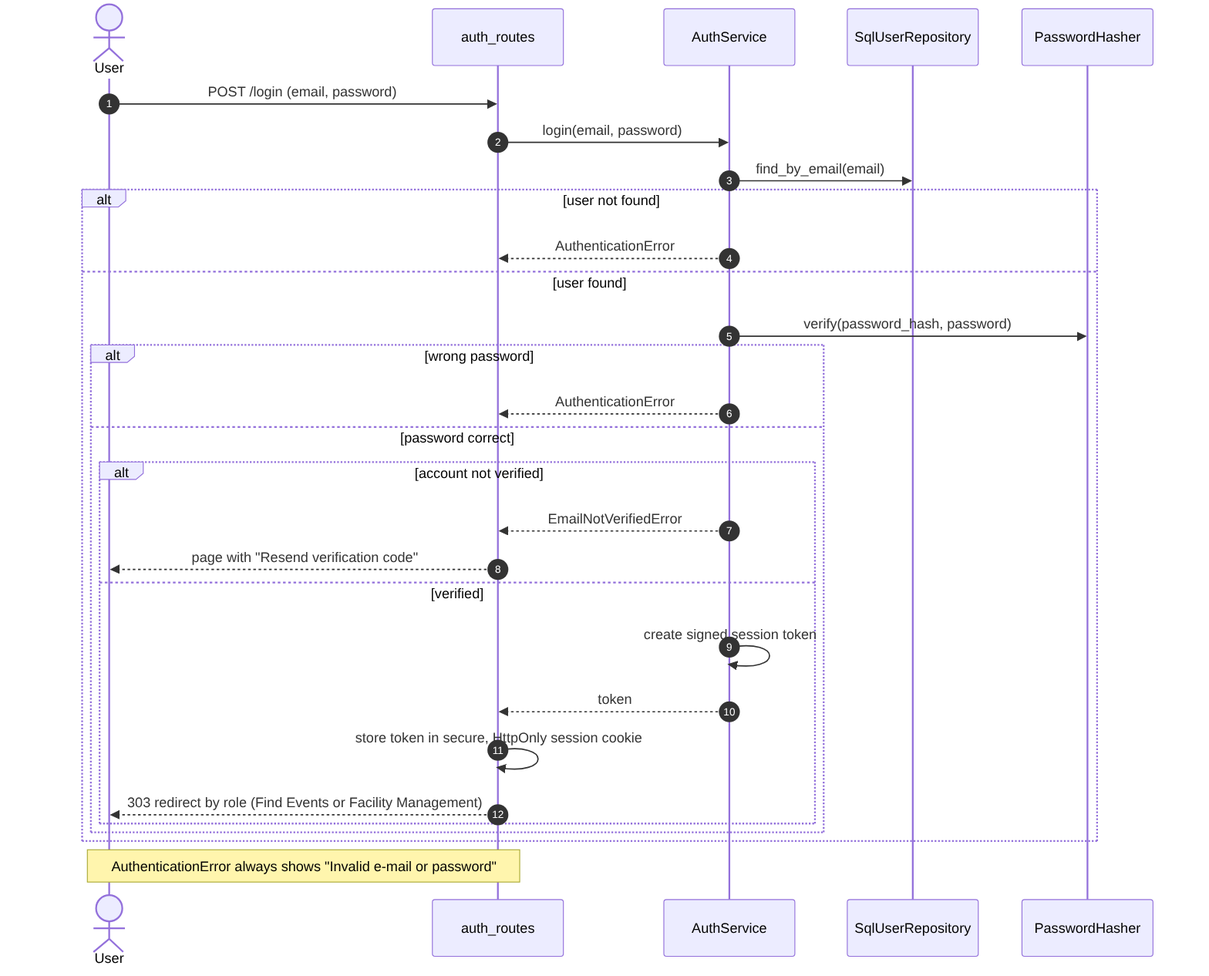
Before: docs/design/sequence/uc02_login.png, a diagram exported from Mermaid (emir-heval-arda-harun/CMPE-331-project). Its source is kept beside it as docs/design/sequence/uc02_login.mmd. Source of this version:
```mermaid
sequenceDiagram
    autonumber
    actor S as User
    participant R as auth_routes
    participant A as AuthService
    participant U as SqlUserRepository
    participant H as PasswordHasher

    S->>R: POST /login (email, password)
    R->>A: login(email, password)
    A->>U: find_by_email(email)
    alt user not found
        A-->>R: AuthenticationError
    else user found
        A->>H: verify(password_hash, password)
        alt wrong password
            A-->>R: AuthenticationError
        else password correct
            alt account not verified
                A-->>R: EmailNotVerifiedError
                R-->>S: page with "Resend verification code"
            else verified
                A->>A: create signed session token
                A-->>R: token
                R->>R: store token in secure, HttpOnly session cookie
                R-->>S: 303 redirect by role (Find Events or Facility Management)
            end
        end
    end
    Note over R,S: AuthenticationError always shows "Invalid e-mail or password"
```
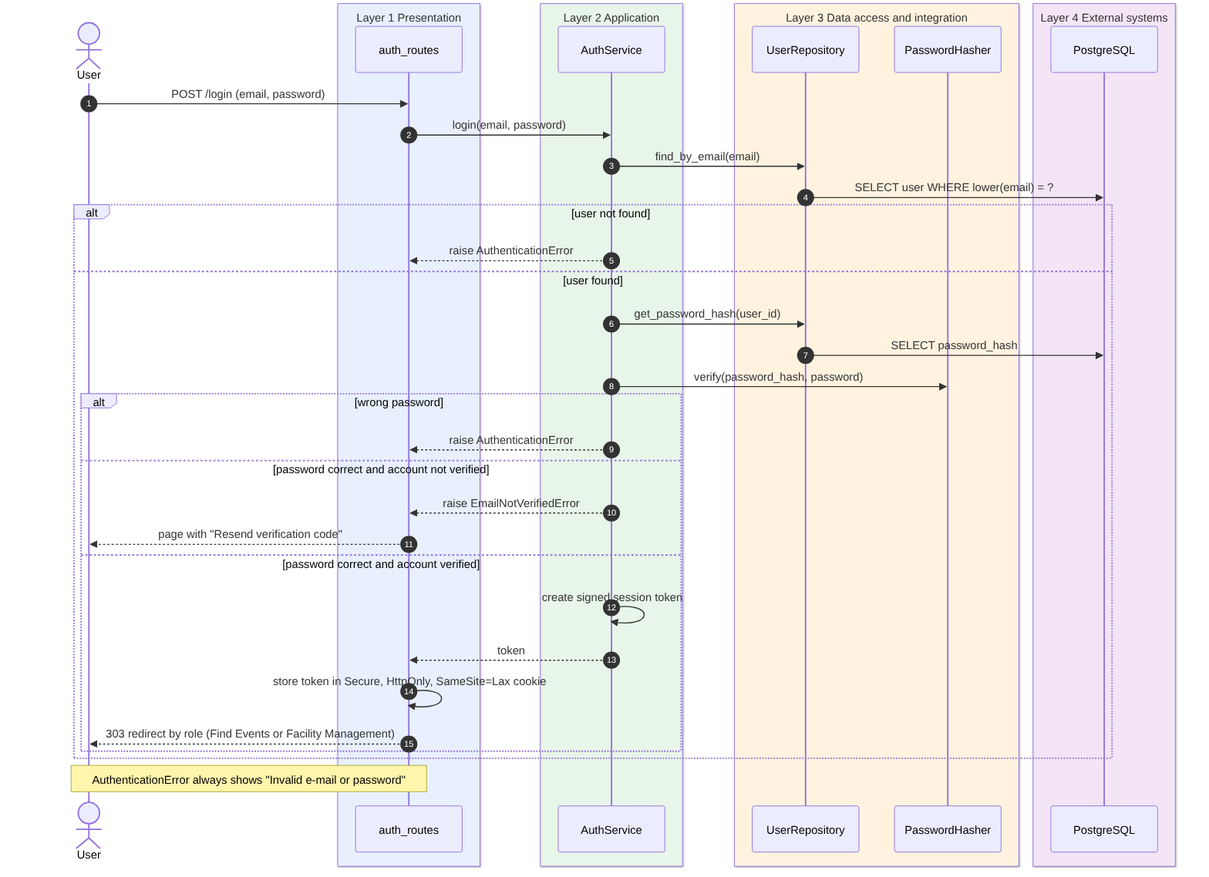
After the commit.

Change to the diagram source:
```diff
@@ -1,30 +1,40 @@
 sequenceDiagram
     autonumber
     actor S as User
-    participant R as auth_routes
-    participant A as AuthService
-    participant U as SqlUserRepository
-    participant H as PasswordHasher
+    box rgb(232,240,254) Layer 1 Presentation
+        participant R as auth_routes
+    end
+    box rgb(232,245,233) Layer 2 Application
+        participant A as AuthService
+    end
+    box rgb(255,243,224) Layer 3 Data access and integration
+        participant U as UserRepository
+        participant H as PasswordHasher
+    end
+    box rgb(243,229,245) Layer 4 External systems
+        participant DB as PostgreSQL
+    end
 
     S->>R: POST /login (email, password)
     R->>A: login(email, password)
     A->>U: find_by_email(email)
+    U->>DB: SELECT user WHERE lower(email) = ?
     alt user not found
-        A-->>R: AuthenticationError
+        A-->>R: raise AuthenticationError
     else user found
+        A->>U: get_password_hash(user_id)
+        U->>DB: SELECT password_hash
         A->>H: verify(password_hash, password)
         alt wrong password
-            A-->>R: AuthenticationError
-        else password correct
-            alt account not verified
-                A-->>R: EmailNotVerifiedError
-                R-->>S: page with "Resend verification code"
-            else verified
-                A->>A: create signed session token
-                A-->>R: token
-                R->>R: store token in secure, HttpOnly session cookie
-                R-->>S: 303 redirect by role (Find Events or Facility Management)
-            end
+            A-->>R: raise AuthenticationError
+        else password correct and account not verified
+            A-->>R: raise EmailNotVerifiedError
+            R-->>S: page with "Resend verification code"
+        else password correct and account verified
+            A->>A: create signed session token
+            A-->>R: token
+            R->>R: store token in Secure, HttpOnly, SameSite=Lax cookie
+            R-->>S: 303 redirect by role (Find Events or Facility Management)
         end
     end
     Note over R,S: AuthenticationError always shows "Invalid e-mail or password"
```
